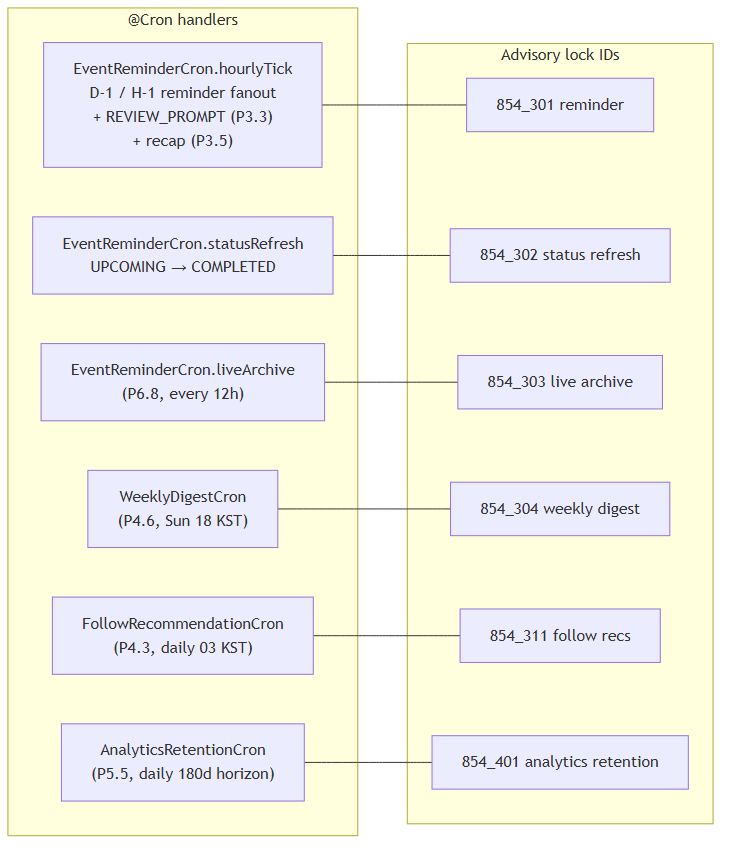
Earlier version of the Mermaid export docs/architecture/06-cron-map.png (kohjun/PRISM_Club). Its source is kept beside it as docs/architecture/06-cron-map.mmd.
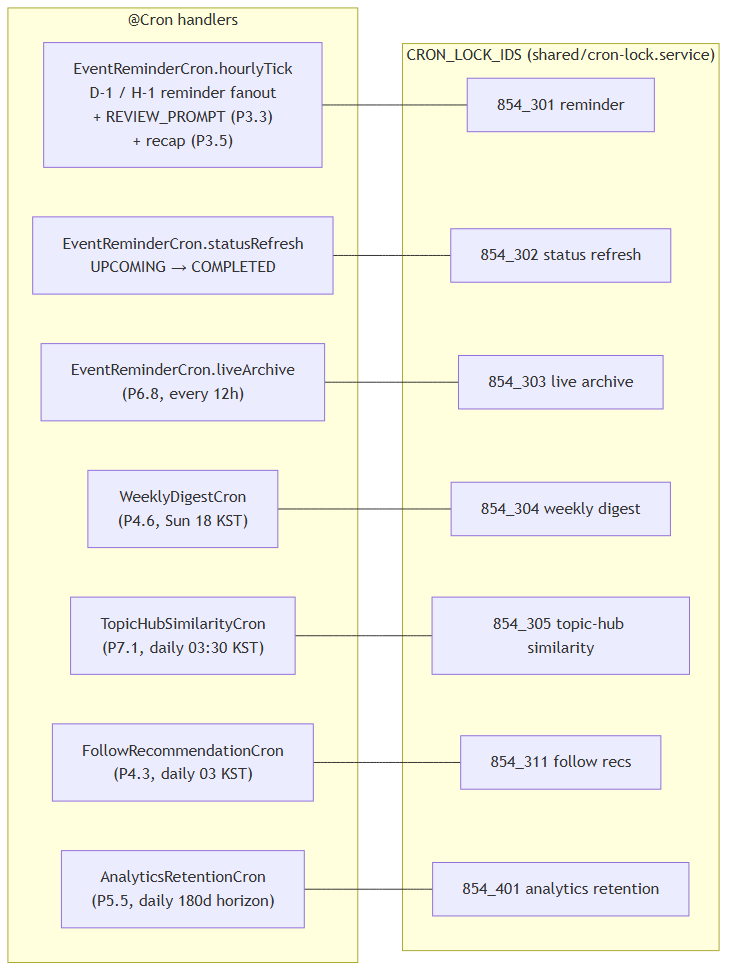
After the change.

Change to the diagram source:
```diff
@@ -6,20 +6,23 @@
         D4["WeeklyDigestCron<br/>(P4.6, Sun 18 KST)"]
         D5["FollowRecommendationCron<br/>(P4.3, daily 03 KST)"]
         D6["AnalyticsRetentionCron<br/>(P5.5, daily 180d horizon)"]
+        D7["TopicHubSimilarityCron<br/>(P7.1, daily 03:30 KST)"]
     end
 
-    subgraph Locks["Advisory lock IDs"]
+    subgraph Locks["CRON_LOCK_IDS (shared/cron-lock.service)"]
         L1["854_301 reminder"]
         L2["854_302 status refresh"]
         L3["854_303 live archive"]
         L4["854_304 weekly digest"]
-        L5["854_311 follow recs"]
-        L6["854_401 analytics retention"]
+        L5["854_305 topic-hub similarity"]
+        L6["854_311 follow recs"]
+        L7["854_401 analytics retention"]
     end
 
     D1 --- L1
     D2 --- L2
     D3 --- L3
     D4 --- L4
-    D5 --- L5
-    D6 --- L6
+    D5 --- L6
+    D6 --- L7
+    D7 --- L5
```
